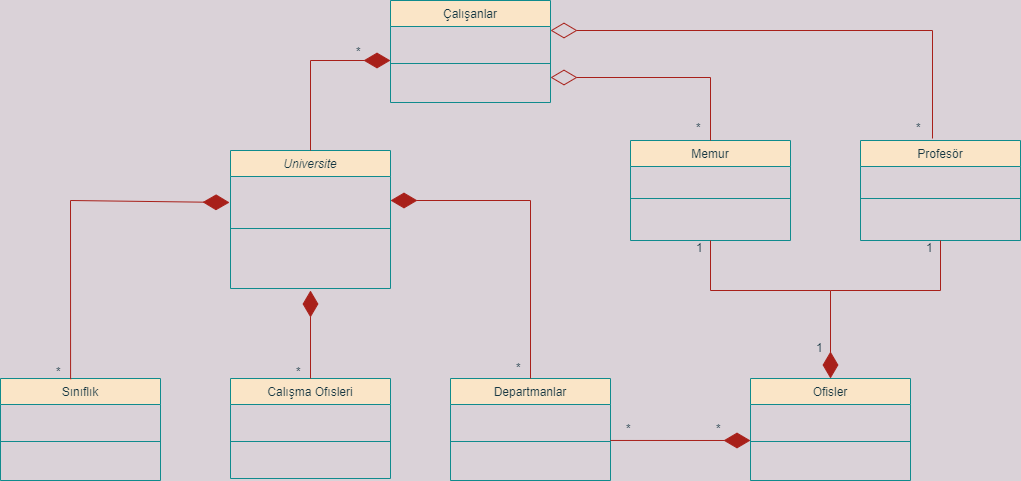
The draw.io diagram Ödev - Üniversite Yönetim Sistemi.drawio.png in mertyigitt/Pathica-Object-Oriented-Programming, before a commit. Source tidied: cells renumbered, new cells last; positions are measured from the earlier drawing's top-left corner, leaving out a move shared by most shapes.
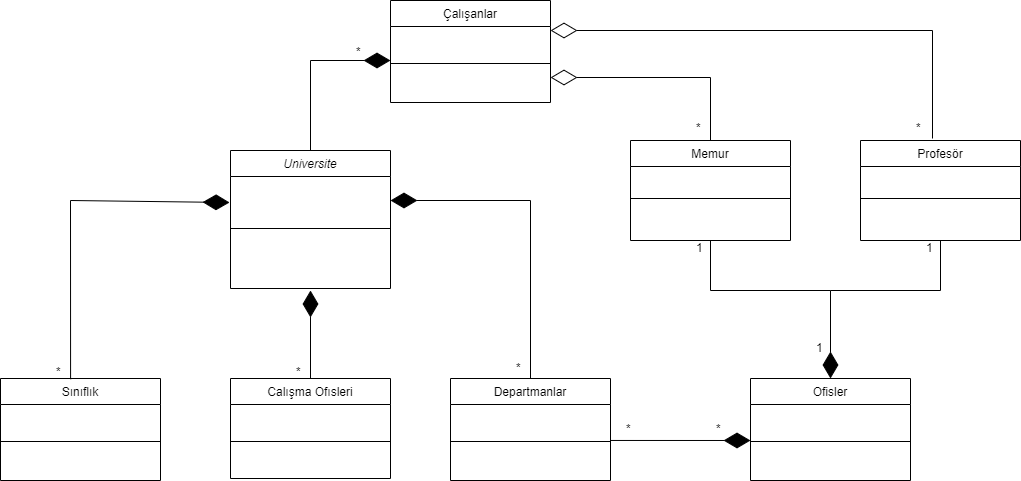
After the commit.

Change to the diagram source:
```diff
@@ -1,55 +1,55 @@
-<mxGraphModel background="#DAD2D8">
+<mxGraphModel>
   <root>
     <mxCell id="0" />
     <mxCell id="1" parent="0" />
-    <mxCell id="2" value="Universite" style="swimlane;fontStyle=2;align=center;verticalAlign=top;horizontal=1;startSize=26;rounded=0;shadow=0;strokeWidth=1;fillColor=#FAE5C7;strokeColor=#0F8B8D;fontColor=#143642;" parent="1" vertex="1">
+    <mxCell id="2" value="Universite" style="swimlane;fontStyle=2;align=center;verticalAlign=top;horizontal=1;startSize=26;rounded=0;shadow=0;strokeWidth=1;" parent="1" vertex="1">
       <mxGeometry x="230" y="150" width="160" height="138" as="geometry" />
     </mxCell>
-    <mxCell id="3" style="line;html=1;strokeWidth=1;align=left;verticalAlign=middle;spacingTop=-1;spacingLeft=3;spacingRight=3;labelPosition=right;labelBackgroundColor=#DAD2D8;fillColor=#FAE5C7;strokeColor=#0F8B8D;fontColor=#143642;" parent="2" vertex="1">
+    <mxCell id="3" style="line;html=1;strokeWidth=1;align=left;verticalAlign=middle;spacingTop=-1;spacingLeft=3;spacingRight=3;labelPosition=right;" parent="2" vertex="1">
       <mxGeometry y="26" width="160" height="104" as="geometry" />
     </mxCell>
-    <mxCell id="4" value="Sınıflık&#10;" style="swimlane;fontStyle=0;align=center;verticalAlign=top;horizontal=1;startSize=26;rounded=0;shadow=0;strokeWidth=1;fillColor=#FAE5C7;strokeColor=#0F8B8D;fontColor=#143642;" parent="1" vertex="1">
+    <mxCell id="4" value="Sınıflık&#10;" style="swimlane;fontStyle=0;align=center;verticalAlign=top;horizontal=1;startSize=26;rounded=0;shadow=0;strokeWidth=1;" parent="1" vertex="1">
       <mxGeometry y="378" width="160" height="102" as="geometry" />
     </mxCell>
-    <mxCell id="5" style="line;html=1;strokeWidth=1;align=left;verticalAlign=middle;spacingTop=-1;spacingLeft=3;spacingRight=3;labelPosition=right;labelBackgroundColor=#DAD2D8;fillColor=#FAE5C7;strokeColor=#0F8B8D;fontColor=#143642;" parent="4" vertex="1">
+    <mxCell id="5" style="line;html=1;strokeWidth=1;align=left;verticalAlign=middle;spacingTop=-1;spacingLeft=3;spacingRight=3;labelPosition=right;" parent="4" vertex="1">
       <mxGeometry y="26" width="160" height="74" as="geometry" />
     </mxCell>
-    <mxCell id="6" value="Calışma Ofısleri" style="swimlane;fontStyle=0;align=center;verticalAlign=top;horizontal=1;startSize=26;rounded=0;shadow=0;strokeWidth=1;fillColor=#FAE5C7;strokeColor=#0F8B8D;fontColor=#143642;" parent="1" vertex="1">
+    <mxCell id="6" value="Calışma Ofısleri" style="swimlane;fontStyle=0;align=center;verticalAlign=top;horizontal=1;startSize=26;rounded=0;shadow=0;strokeWidth=1;" parent="1" vertex="1">
       <mxGeometry x="230" y="378" width="160" height="100" as="geometry" />
     </mxCell>
-    <mxCell id="7" style="line;html=1;strokeWidth=1;align=left;verticalAlign=middle;spacingTop=-1;spacingLeft=3;spacingRight=3;labelPosition=right;labelBackgroundColor=#DAD2D8;fillColor=#FAE5C7;strokeColor=#0F8B8D;fontColor=#143642;" parent="6" vertex="1">
+    <mxCell id="7" style="line;html=1;strokeWidth=1;align=left;verticalAlign=middle;spacingTop=-1;spacingLeft=3;spacingRight=3;labelPosition=right;" parent="6" vertex="1">
       <mxGeometry y="26" width="160" height="74" as="geometry" />
     </mxCell>
-    <mxCell id="8" value="Departmanlar" style="swimlane;fontStyle=0;align=center;verticalAlign=top;horizontal=1;startSize=26;rounded=0;shadow=0;strokeWidth=1;fillColor=#FAE5C7;strokeColor=#0F8B8D;fontColor=#143642;" parent="1" vertex="1">
+    <mxCell id="8" value="Departmanlar" style="swimlane;fontStyle=0;align=center;verticalAlign=top;horizontal=1;startSize=26;rounded=0;shadow=0;strokeWidth=1;" parent="1" vertex="1">
       <mxGeometry x="450" y="378" width="160" height="102" as="geometry" />
     </mxCell>
-    <mxCell id="9" style="line;html=1;strokeWidth=1;align=left;verticalAlign=middle;spacingTop=-1;spacingLeft=3;spacingRight=3;labelPosition=right;points=[];portConstraint=eastwest;labelBackgroundColor=#DAD2D8;fillColor=#FAE5C7;strokeColor=#0F8B8D;fontColor=#143642;" parent="8" vertex="1">
+    <mxCell id="9" style="line;html=1;strokeWidth=1;align=left;verticalAlign=middle;spacingTop=-1;spacingLeft=3;spacingRight=3;labelPosition=right;points=[];portConstraint=eastwest;" parent="8" vertex="1">
       <mxGeometry y="26" width="160" height="74" as="geometry" />
     </mxCell>
-    <mxCell id="10" value="Ofisler" style="swimlane;fontStyle=0;align=center;verticalAlign=top;horizontal=1;startSize=26;rounded=0;shadow=0;strokeWidth=1;fillColor=#FAE5C7;strokeColor=#0F8B8D;fontColor=#143642;" parent="1" vertex="1">
+    <mxCell id="10" value="Ofisler" style="swimlane;fontStyle=0;align=center;verticalAlign=top;horizontal=1;startSize=26;rounded=0;shadow=0;strokeWidth=1;" parent="1" vertex="1">
       <mxGeometry x="750" y="378" width="160" height="102" as="geometry" />
     </mxCell>
-    <mxCell id="11" style="line;html=1;strokeWidth=1;align=left;verticalAlign=middle;spacingTop=-1;spacingLeft=3;spacingRight=3;labelPosition=right;labelBackgroundColor=#DAD2D8;fillColor=#FAE5C7;strokeColor=#0F8B8D;fontColor=#143642;" parent="10" vertex="1">
+    <mxCell id="11" style="line;html=1;strokeWidth=1;align=left;verticalAlign=middle;spacingTop=-1;spacingLeft=3;spacingRight=3;labelPosition=right;" parent="10" vertex="1">
       <mxGeometry y="26" width="160" height="74" as="geometry" />
     </mxCell>
-    <mxCell id="12" value="Memur&#10;" style="swimlane;fontStyle=0;align=center;verticalAlign=top;horizontal=1;startSize=26;rounded=0;shadow=0;strokeWidth=1;fillColor=#FAE5C7;strokeColor=#0F8B8D;fontColor=#143642;" parent="1" vertex="1">
+    <mxCell id="12" value="Memur&#10;" style="swimlane;fontStyle=0;align=center;verticalAlign=top;horizontal=1;startSize=26;rounded=0;shadow=0;strokeWidth=1;" parent="1" vertex="1">
       <mxGeometry x="630" y="140" width="160" height="100" as="geometry" />
     </mxCell>
-    <mxCell id="13" style="line;html=1;strokeWidth=1;align=left;verticalAlign=middle;spacingTop=-1;spacingLeft=3;spacingRight=3;labelPosition=right;labelBackgroundColor=#DAD2D8;fillColor=#FAE5C7;strokeColor=#0F8B8D;fontColor=#143642;" parent="12" vertex="1">
+    <mxCell id="13" style="line;html=1;strokeWidth=1;align=left;verticalAlign=middle;spacingTop=-1;spacingLeft=3;spacingRight=3;labelPosition=right;" parent="12" vertex="1">
       <mxGeometry y="26" width="160" height="64" as="geometry" />
     </mxCell>
-    <mxCell id="14" value="Profesör" style="swimlane;fontStyle=0;align=center;verticalAlign=top;horizontal=1;startSize=26;rounded=0;shadow=0;strokeWidth=1;fillColor=#FAE5C7;strokeColor=#0F8B8D;fontColor=#143642;" parent="1" vertex="1">
+    <mxCell id="14" value="Profesör" style="swimlane;fontStyle=0;align=center;verticalAlign=top;horizontal=1;startSize=26;rounded=0;shadow=0;strokeWidth=1;" parent="1" vertex="1">
       <mxGeometry x="860" y="140" width="160" height="100" as="geometry" />
     </mxCell>
-    <mxCell id="15" style="line;html=1;strokeWidth=1;align=left;verticalAlign=middle;spacingTop=-1;spacingLeft=3;spacingRight=3;labelPosition=right;labelBackgroundColor=#DAD2D8;fillColor=#FAE5C7;strokeColor=#0F8B8D;fontColor=#143642;" parent="14" vertex="1">
+    <mxCell id="15" style="line;html=1;strokeWidth=1;align=left;verticalAlign=middle;spacingTop=-1;spacingLeft=3;spacingRight=3;labelPosition=right;" parent="14" vertex="1">
       <mxGeometry y="26" width="160" height="64" as="geometry" />
     </mxCell>
-    <mxCell id="16" style="endArrow=diamondThin;endFill=1;endSize=24;html=1;rounded=0;exitX=0.5;exitY=0;exitDx=0;exitDy=0;labelBackgroundColor=#DAD2D8;strokeColor=#A8201A;fontColor=#143642;" parent="1" edge="1" source="6">
+    <mxCell id="16" style="endArrow=diamondThin;endFill=1;endSize=24;html=1;rounded=0;exitX=0.5;exitY=0;exitDx=0;exitDy=0;" parent="1" edge="1" source="6">
       <mxGeometry relative="1" as="geometry">
         <mxPoint x="310" y="290" as="targetPoint" />
       </mxGeometry>
     </mxCell>
-    <mxCell id="17" style="endArrow=diamondThin;endFill=1;endSize=24;html=1;rounded=0;exitX=0.438;exitY=0.007;exitDx=0;exitDy=0;exitPerimeter=0;entryX=-0.006;entryY=1;entryDx=0;entryDy=0;entryPerimeter=0;labelBackgroundColor=#DAD2D8;strokeColor=#A8201A;fontColor=#143642;" parent="1" edge="1" source="4">
+    <mxCell id="17" style="endArrow=diamondThin;endFill=1;endSize=24;html=1;rounded=0;exitX=0.438;exitY=0.007;exitDx=0;exitDy=0;exitPerimeter=0;entryX=-0.006;entryY=1;entryDx=0;entryDy=0;entryPerimeter=0;" parent="1" edge="1" source="4">
       <mxGeometry relative="1" as="geometry">
         <mxPoint x="229" y="202" as="targetPoint" />
         <Array as="points">
@@ -57,7 +57,7 @@
         </Array>
       </mxGeometry>
     </mxCell>
-    <mxCell id="18" style="endArrow=diamondThin;endFill=1;endSize=24;html=1;rounded=0;exitX=0.5;exitY=0;exitDx=0;exitDy=0;labelBackgroundColor=#DAD2D8;strokeColor=#A8201A;fontColor=#143642;" parent="1" edge="1" source="8">
+    <mxCell id="18" style="endArrow=diamondThin;endFill=1;endSize=24;html=1;rounded=0;exitX=0.5;exitY=0;exitDx=0;exitDy=0;" parent="1" edge="1" source="8">
       <mxGeometry relative="1" as="geometry">
         <mxPoint x="390" y="200" as="targetPoint" />
         <Array as="points">
@@ -65,27 +65,27 @@
         </Array>
       </mxGeometry>
     </mxCell>
-    <mxCell id="19" style="endArrow=diamondThin;endFill=1;endSize=24;html=1;rounded=0;exitX=1;exitY=0.486;exitDx=0;exitDy=0;exitPerimeter=0;labelBackgroundColor=#DAD2D8;strokeColor=#A8201A;fontColor=#143642;" parent="1" edge="1" source="9">
+    <mxCell id="19" style="endArrow=diamondThin;endFill=1;endSize=24;html=1;rounded=0;exitX=1;exitY=0.486;exitDx=0;exitDy=0;exitPerimeter=0;" parent="1" edge="1" source="9">
       <mxGeometry relative="1" as="geometry">
         <mxPoint x="750" y="440" as="targetPoint" />
       </mxGeometry>
     </mxCell>
-    <mxCell id="20" value="*" style="text;strokeColor=none;fillColor=none;align=left;verticalAlign=middle;spacingTop=-1;spacingLeft=4;spacingRight=4;labelPosition=right;fontColor=#143642;" parent="1" vertex="1">
+    <mxCell id="20" value="*" style="text;strokeColor=none;fillColor=none;align=left;verticalAlign=middle;spacingTop=-1;spacingLeft=4;spacingRight=4;labelPosition=right;" parent="1" vertex="1">
       <mxGeometry x="30" y="364" width="20" height="14" as="geometry" />
     </mxCell>
-    <mxCell id="21" value="*" style="text;strokeColor=none;fillColor=none;align=left;verticalAlign=middle;spacingTop=-1;spacingLeft=4;spacingRight=4;labelPosition=right;fontColor=#143642;" parent="1" vertex="1">
+    <mxCell id="21" value="*" style="text;strokeColor=none;fillColor=none;align=left;verticalAlign=middle;spacingTop=-1;spacingLeft=4;spacingRight=4;labelPosition=right;" parent="1" vertex="1">
       <mxGeometry x="270" y="364" width="20" height="14" as="geometry" />
     </mxCell>
-    <mxCell id="22" value="*" style="text;strokeColor=none;fillColor=none;align=left;verticalAlign=middle;spacingTop=-1;spacingLeft=4;spacingRight=4;labelPosition=right;fontColor=#143642;" parent="1" vertex="1">
+    <mxCell id="22" value="*" style="text;strokeColor=none;fillColor=none;align=left;verticalAlign=middle;spacingTop=-1;spacingLeft=4;spacingRight=4;labelPosition=right;" parent="1" vertex="1">
       <mxGeometry x="490" y="360" width="20" height="14" as="geometry" />
     </mxCell>
-    <mxCell id="23" value="*" style="text;strokeColor=none;fillColor=none;align=left;verticalAlign=middle;spacingTop=-1;spacingLeft=4;spacingRight=4;labelPosition=right;fontColor=#143642;" parent="1" vertex="1">
+    <mxCell id="23" value="*" style="text;strokeColor=none;fillColor=none;align=left;verticalAlign=middle;spacingTop=-1;spacingLeft=4;spacingRight=4;labelPosition=right;" parent="1" vertex="1">
       <mxGeometry x="690" y="421" width="20" height="14" as="geometry" />
     </mxCell>
-    <mxCell id="24" value="*" style="text;strokeColor=none;fillColor=none;align=left;verticalAlign=middle;spacingTop=-1;spacingLeft=4;spacingRight=4;labelPosition=right;fontColor=#143642;" parent="1" vertex="1">
+    <mxCell id="24" value="*" style="text;strokeColor=none;fillColor=none;align=left;verticalAlign=middle;spacingTop=-1;spacingLeft=4;spacingRight=4;labelPosition=right;" parent="1" vertex="1">
       <mxGeometry x="610" y="421" width="10" height="14" as="geometry" />
     </mxCell>
-    <mxCell id="25" style="endArrow=diamondThin;endFill=1;endSize=24;html=1;rounded=0;exitX=0.5;exitY=0;exitDx=0;exitDy=0;labelBackgroundColor=#DAD2D8;strokeColor=#A8201A;fontColor=#143642;" parent="1" edge="1" source="2">
+    <mxCell id="25" style="endArrow=diamondThin;endFill=1;endSize=24;html=1;rounded=0;exitX=0.5;exitY=0;exitDx=0;exitDy=0;" parent="1" edge="1" source="2">
       <mxGeometry relative="1" as="geometry">
         <mxPoint x="390" y="60" as="targetPoint" />
         <Array as="points">
@@ -93,18 +93,18 @@
         </Array>
       </mxGeometry>
     </mxCell>
-    <mxCell id="26" value="Çalışanlar" style="swimlane;fontStyle=0;align=center;verticalAlign=top;horizontal=1;startSize=26;rounded=0;shadow=0;strokeWidth=1;fillColor=#FAE5C7;strokeColor=#0F8B8D;fontColor=#143642;" parent="1" vertex="1">
+    <mxCell id="26" value="Çalışanlar" style="swimlane;fontStyle=0;align=center;verticalAlign=top;horizontal=1;startSize=26;rounded=0;shadow=0;strokeWidth=1;" parent="1" vertex="1">
       <mxGeometry x="390" width="160" height="102" as="geometry" />
     </mxCell>
-    <mxCell id="27" style="line;html=1;strokeWidth=1;align=left;verticalAlign=middle;spacingTop=-1;spacingLeft=3;spacingRight=3;labelPosition=right;labelBackgroundColor=#DAD2D8;fillColor=#FAE5C7;strokeColor=#0F8B8D;fontColor=#143642;" parent="26" vertex="1">
+    <mxCell id="27" style="line;html=1;strokeWidth=1;align=left;verticalAlign=middle;spacingTop=-1;spacingLeft=3;spacingRight=3;labelPosition=right;" parent="26" vertex="1">
       <mxGeometry y="26" width="160" height="74" as="geometry" />
     </mxCell>
-    <mxCell id="28" style="endArrow=diamondThin;endFill=1;endSize=24;html=1;rounded=0;entryX=0.5;entryY=0;entryDx=0;entryDy=0;labelBackgroundColor=#DAD2D8;strokeColor=#A8201A;fontColor=#143642;" parent="1" edge="1" target="10">
+    <mxCell id="28" style="endArrow=diamondThin;endFill=1;endSize=24;html=1;rounded=0;entryX=0.5;entryY=0;entryDx=0;entryDy=0;" parent="1" edge="1" target="10">
       <mxGeometry relative="1" as="geometry">
         <mxPoint x="830" y="290" as="sourcePoint" />
       </mxGeometry>
     </mxCell>
-    <mxCell id="29" style="endArrow=none;html=1;rounded=0;exitX=0.5;exitY=1;exitDx=0;exitDy=0;labelBackgroundColor=#DAD2D8;strokeColor=#A8201A;fontColor=#143642;" parent="1" edge="1" source="12">
+    <mxCell id="29" style="endArrow=none;html=1;rounded=0;exitX=0.5;exitY=1;exitDx=0;exitDy=0;" parent="1" edge="1" source="12">
       <mxGeometry relative="1" as="geometry">
         <mxPoint x="830" y="290" as="targetPoint" />
         <Array as="points">
@@ -112,7 +112,7 @@
         </Array>
       </mxGeometry>
     </mxCell>
-    <mxCell id="30" style="endArrow=none;html=1;rounded=0;entryX=0.5;entryY=1;entryDx=0;entryDy=0;labelBackgroundColor=#DAD2D8;strokeColor=#A8201A;fontColor=#143642;" parent="1" edge="1" target="14">
+    <mxCell id="30" style="endArrow=none;html=1;rounded=0;entryX=0.5;entryY=1;entryDx=0;entryDy=0;" parent="1" edge="1" target="14">
       <mxGeometry relative="1" as="geometry">
         <mxPoint x="830" y="290" as="sourcePoint" />
         <Array as="points">
@@ -120,19 +120,19 @@
         </Array>
       </mxGeometry>
     </mxCell>
-    <mxCell id="31" value="*" style="text;strokeColor=none;fillColor=none;align=left;verticalAlign=middle;spacingTop=-1;spacingLeft=4;spacingRight=4;labelPosition=right;fontColor=#143642;" parent="1" vertex="1">
+    <mxCell id="31" value="*" style="text;strokeColor=none;fillColor=none;align=left;verticalAlign=middle;spacingTop=-1;spacingLeft=4;spacingRight=4;labelPosition=right;" parent="1" vertex="1">
       <mxGeometry x="330" y="44" width="20" height="14" as="geometry" />
     </mxCell>
-    <mxCell id="32" value="1" style="text;strokeColor=none;fillColor=none;align=left;verticalAlign=middle;spacingTop=-1;spacingLeft=4;spacingRight=4;labelPosition=right;fontColor=#143642;" parent="1" vertex="1">
+    <mxCell id="32" value="1" style="text;strokeColor=none;fillColor=none;align=left;verticalAlign=middle;spacingTop=-1;spacingLeft=4;spacingRight=4;labelPosition=right;" parent="1" vertex="1">
       <mxGeometry x="670" y="240" width="20" height="14" as="geometry" />
     </mxCell>
-    <mxCell id="33" value="1" style="text;strokeColor=none;fillColor=none;align=left;verticalAlign=middle;spacingTop=-1;spacingLeft=4;spacingRight=4;labelPosition=right;fontColor=#143642;" parent="1" vertex="1">
+    <mxCell id="33" value="1" style="text;strokeColor=none;fillColor=none;align=left;verticalAlign=middle;spacingTop=-1;spacingLeft=4;spacingRight=4;labelPosition=right;" parent="1" vertex="1">
       <mxGeometry x="900" y="240" width="20" height="14" as="geometry" />
     </mxCell>
-    <mxCell id="34" value="1" style="text;strokeColor=none;fillColor=none;align=left;verticalAlign=middle;spacingTop=-1;spacingLeft=4;spacingRight=4;labelPosition=right;fontColor=#143642;" parent="1" vertex="1">
+    <mxCell id="34" value="1" style="text;strokeColor=none;fillColor=none;align=left;verticalAlign=middle;spacingTop=-1;spacingLeft=4;spacingRight=4;labelPosition=right;" parent="1" vertex="1">
       <mxGeometry x="790" y="340" width="20" height="14" as="geometry" />
     </mxCell>
-    <mxCell id="35" style="endArrow=diamondThin;endFill=0;endSize=24;html=1;rounded=0;exitX=0.5;exitY=0;exitDx=0;exitDy=0;labelBackgroundColor=#DAD2D8;strokeColor=#A8201A;fontColor=#143642;" parent="1" edge="1" source="12">
+    <mxCell id="35" style="endArrow=diamondThin;endFill=0;endSize=24;html=1;rounded=0;exitX=0.5;exitY=0;exitDx=0;exitDy=0;" parent="1" edge="1" source="12">
       <mxGeometry relative="1" as="geometry">
         <mxPoint x="550" y="77" as="targetPoint" />
         <Array as="points">
@@ -140,10 +140,10 @@
         </Array>
       </mxGeometry>
     </mxCell>
-    <mxCell id="36" value="*" style="text;strokeColor=none;fillColor=none;align=left;verticalAlign=middle;spacingTop=-1;spacingLeft=4;spacingRight=4;labelPosition=right;fontColor=#143642;" parent="1" vertex="1">
+    <mxCell id="36" value="*" style="text;strokeColor=none;fillColor=none;align=left;verticalAlign=middle;spacingTop=-1;spacingLeft=4;spacingRight=4;labelPosition=right;" parent="1" vertex="1">
       <mxGeometry x="670" y="120" width="20" height="14" as="geometry" />
     </mxCell>
-    <mxCell id="37" style="endArrow=diamondThin;endFill=0;endSize=24;html=1;rounded=0;exitX=0.45;exitY=-0.02;exitDx=0;exitDy=0;exitPerimeter=0;labelBackgroundColor=#DAD2D8;strokeColor=#A8201A;fontColor=#143642;" parent="1" edge="1" source="14">
+    <mxCell id="37" style="endArrow=diamondThin;endFill=0;endSize=24;html=1;rounded=0;exitX=0.45;exitY=-0.02;exitDx=0;exitDy=0;exitPerimeter=0;" parent="1" edge="1" source="14">
       <mxGeometry relative="1" as="geometry">
         <mxPoint x="550" y="30" as="targetPoint" />
         <Array as="points">
@@ -151,7 +151,7 @@
         </Array>
       </mxGeometry>
     </mxCell>
-    <mxCell id="38" value="*" style="text;strokeColor=none;fillColor=none;align=left;verticalAlign=middle;spacingTop=-1;spacingLeft=4;spacingRight=4;labelPosition=right;fontColor=#143642;" parent="1" vertex="1">
+    <mxCell id="38" value="*" style="text;strokeColor=none;fillColor=none;align=left;verticalAlign=middle;spacingTop=-1;spacingLeft=4;spacingRight=4;labelPosition=right;" parent="1" vertex="1">
       <mxGeometry x="890" y="120" width="20" height="14" as="geometry" />
     </mxCell>
   </root>
```
